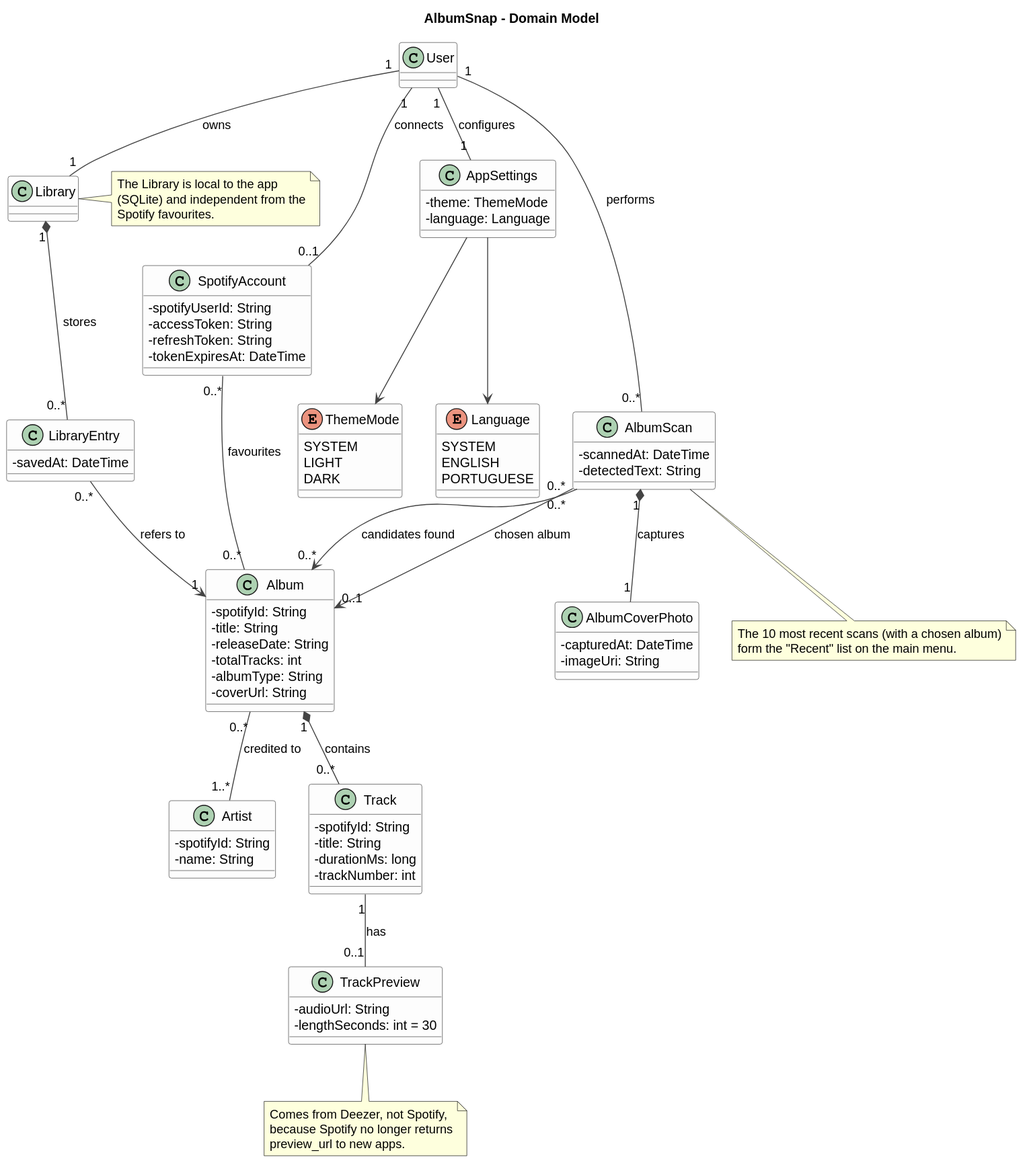
Earlier version of the PlantUML export docs/svg/domain_model.svg (nunoc-isep/DSSMV_ProjectDroid_1251610_1241122).
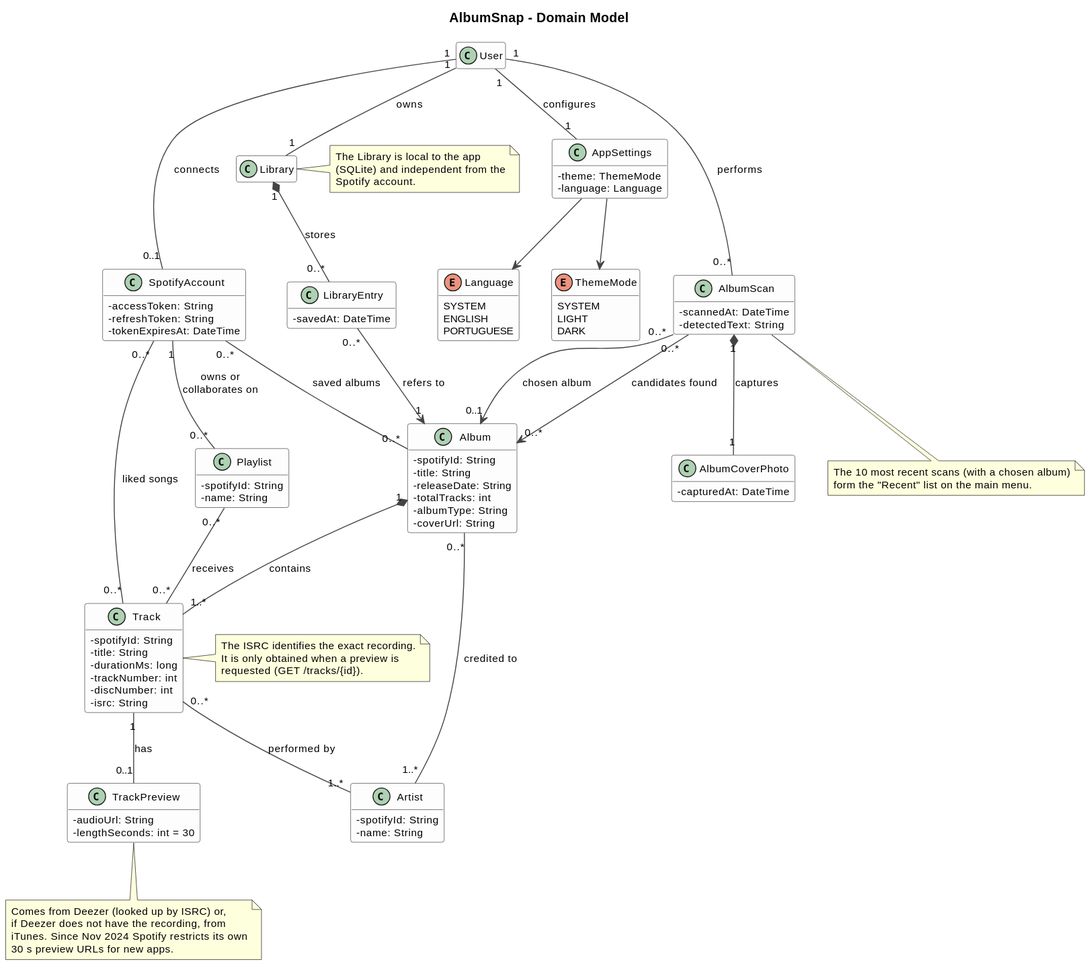
After the commit.

The edit, as a diff of the source:
```diff
@@ -7,12 +7,13 @@
 skinparam classBackgroundColor #FDFDFD
 skinparam classBorderColor #444444
 skinparam ArrowColor #444444
+skinparam defaultFontSize 11
+hide empty members
 
 class User {
 }
 
 class SpotifyAccount {
-  - spotifyUserId: String
   - accessToken: String
   - refreshToken: String
   - tokenExpiresAt: DateTime
@@ -42,7 +43,6 @@
 
 class AlbumCoverPhoto {
   - capturedAt: DateTime
-  - imageUri: String
 }
 
 class Album {
@@ -64,6 +64,8 @@
   - title: String
   - durationMs: long
   - trackNumber: int
+  - discNumber: int
+  - isrc: String
 }
 
 class TrackPreview {
@@ -78,6 +80,11 @@
   - savedAt: DateTime
 }
 
+class Playlist {
+  - spotifyId: String
+  - name: String
+}
+
 User "1" -- "0..1" SpotifyAccount : connects
 User "1" -- "1" AppSettings : configures
 AppSettings --> ThemeMode
@@ -89,14 +96,18 @@
 AlbumScan "0..*" --> "0..1" Album : chosen album
 
 Album "0..*" -- "1..*" Artist : credited to
-Album "1" *-- "0..*" Track : contains
+Album "1" *-- "1..*" Track : contains
+Track "0..*" -- "1..*" Artist : performed by
 Track "1" -- "0..1" TrackPreview : has
 
 User "1" -- "1" Library : owns
 Library "1" *-- "0..*" LibraryEntry : stores
 LibraryEntry "0..*" --> "1" Album : refers to
 
-SpotifyAccount "0..*" -- "0..*" Album : favourites
+SpotifyAccount "0..*" -- "0..*" Album : saved albums
+SpotifyAccount "0..*" -- "0..*" Track : liked songs
+SpotifyAccount "1" -- "0..*" Playlist : owns or\ncollaborates on
+Playlist "0..*" -- "0..*" Track : receives
 
 note bottom of AlbumScan
   The 10 most recent scans (with a chosen album)
@@ -104,14 +115,21 @@
 end note
 
 note bottom of TrackPreview
-  Comes from Deezer, not Spotify,
-  because Spotify no longer returns
-  preview_url to new apps.
+  Comes from Deezer (looked up by ISRC) or,
+  if Deezer does not have the recording, from
+  iTunes. Since Nov 2024 Spotify restricts its own
+  30 s preview URLs for new apps.
+end note
+
+note right of Track
+  The ISRC identifies the exact recording.
+  It is only obtained when a preview is
+  requested (GET /tracks/{id}).
 end note
 
 note right of Library
   The Library is local to the app
   (SQLite) and independent from the
-  Spotify favourites.
+  Spotify account.
 end note
 @enduml
```
